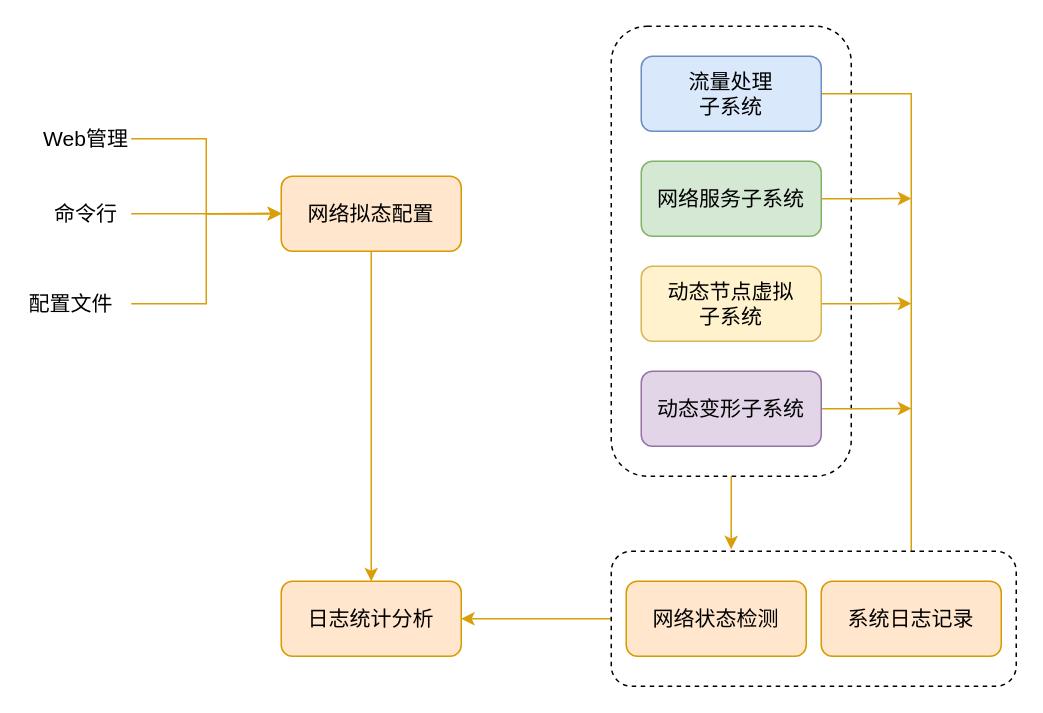
This is 管理平台子系统架构图2.drawio from qiuqiu1234/my-test-pro, a draw.io file, before an edit. Source tidied: cells renumbered, new cells numbered last; positions are measured from the earlier drawing's top-left corner, leaving out a move shared by most shapes. Both pictures are drawn from the tidied source at 150%, with x=0, y=0 at pixel (26, 26).
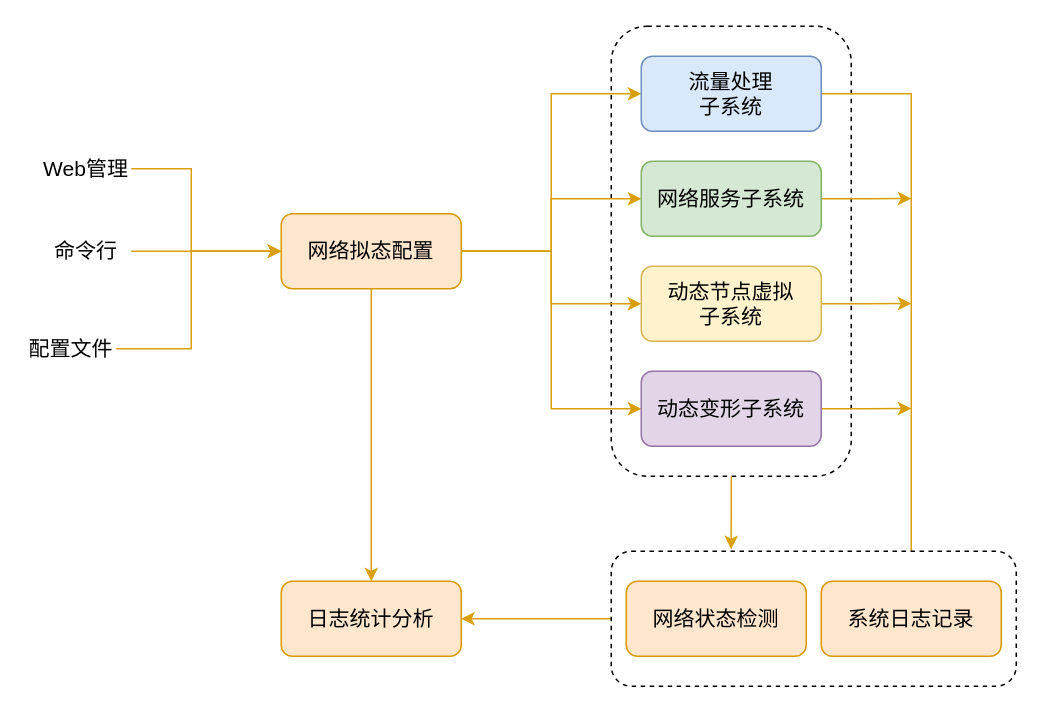
The same page after the edit.

Commit message (it also covers changes not shown here):
更新管理平台子系统架构图2.drawio

The change refers to these unchanged cells:
```xml
<mxCell id="7" value="&lt;font style=&quot;font-size: 14px;&quot;&gt;流量处理&lt;br&gt;子系统&lt;br&gt;&lt;/font&gt;" style="rounded=1;whiteSpace=wrap;html=1;fillColor=#dae8fc;strokeColor=#6c8ebf;" parent="1" vertex="1">
  <mxGeometry x="410" y="20" width="120" height="50" as="geometry" />
</mxCell>
<mxCell id="9" value="&lt;font style=&quot;font-size: 14px;&quot;&gt;网络服务子系统&lt;br&gt;&lt;/font&gt;" style="rounded=1;whiteSpace=wrap;html=1;fillColor=#d5e8d4;strokeColor=#82b366;" parent="1" vertex="1">
  <mxGeometry x="410" y="90" width="120" height="50" as="geometry" />
</mxCell>
<mxCell id="11" value="&lt;font style=&quot;font-size: 14px;&quot;&gt;动态节点虚拟&lt;br&gt;子系统&lt;br&gt;&lt;/font&gt;" style="rounded=1;whiteSpace=wrap;html=1;fillColor=#fff2cc;strokeColor=#d6b656;" parent="1" vertex="1">
  <mxGeometry x="410" y="160" width="120" height="50" as="geometry" />
</mxCell>
<mxCell id="13" value="&lt;font style=&quot;font-size: 14px;&quot;&gt;动态变形子系统&lt;br&gt;&lt;/font&gt;" style="rounded=1;whiteSpace=wrap;html=1;fillColor=#e1d5e7;strokeColor=#9673a6;" parent="1" vertex="1">
  <mxGeometry x="410" y="230" width="120" height="50" as="geometry" />
</mxCell>
```

What changed in the source:
```diff
@@
+    <mxCell id="5" style="rounded=1;whiteSpace=wrap;html=1;fontSize=14;dashed=1;" parent="1" vertex="1">
+      <mxGeometry x="390" width="160" height="300" as="geometry" />
+    </mxCell>
@@
+    <mxCell id="25" style="edgeStyle=elbowEdgeStyle;rounded=0;jettySize=auto;html=1;exitX=1;exitY=0.5;exitDx=0;exitDy=0;entryX=0;entryY=0.5;entryDx=0;entryDy=0;strokeColor=#d99f0a;fontSize=14;" parent="1" edge="1" source="3" target="7">
+      <mxGeometry relative="1" as="geometry" />
+    </mxCell>
+    <mxCell id="26" style="edgeStyle=elbowEdgeStyle;rounded=0;jettySize=auto;html=1;exitX=1;exitY=0.5;exitDx=0;exitDy=0;strokeColor=#d99f0a;fontSize=14;" parent="1" edge="1" source="3" target="9">
+      <mxGeometry relative="1" as="geometry" />
+    </mxCell>
+    <mxCell id="27" style="edgeStyle=elbowEdgeStyle;rounded=0;jettySize=auto;html=1;exitX=1;exitY=0.5;exitDx=0;exitDy=0;entryX=0;entryY=0.5;entryDx=0;entryDy=0;strokeColor=#d99f0a;fontSize=14;" parent="1" edge="1" source="3" target="11">
+      <mxGeometry relative="1" as="geometry" />
+    </mxCell>
+    <mxCell id="28" style="edgeStyle=elbowEdgeStyle;rounded=0;jettySize=auto;html=1;exitX=1;exitY=0.5;exitDx=0;exitDy=0;strokeColor=#d99f0a;fontSize=14;" parent="1" edge="1" source="3" target="13">
+      <mxGeometry relative="1" as="geometry" />
+    </mxCell>
     <mxCell id="3" value="&lt;font style=&quot;font-size: 14px;&quot;&gt;网络拟态配置&lt;/font&gt;" style="rounded=1;whiteSpace=wrap;html=1;fillColor=#ffe6cc;strokeColor=#d79b00;" parent="1" vertex="1">
-      <mxGeometry x="170" y="100" width="120" height="50" as="geometry" />
+      <mxGeometry x="170" y="125" width="120" height="50" as="geometry" />
     </mxCell>
@@
-    <mxCell id="5" style="rounded=1;whiteSpace=wrap;html=1;fontSize=14;dashed=1;" parent="1" vertex="1">
-      <mxGeometry x="390" width="160" height="300" as="geometry" />
-    </mxCell>
@@
     <mxCell id="19" style="edgeStyle=orthogonalEdgeStyle;rounded=0;jettySize=auto;html=1;entryX=0;entryY=0.5;entryDx=0;entryDy=0;strokeColor=#d99f0a;fontSize=14;" parent="1" edge="1" source="20" target="3">
-      <mxGeometry relative="1" as="geometry" />
+      <mxGeometry relative="1" as="geometry">
+        <Array as="points">
+          <mxPoint x="110" y="95" />
+          <mxPoint x="110" y="150" />
+        </Array>
+      </mxGeometry>
     </mxCell>
     <mxCell id="20" value="Web管理" style="text;html=1;strokeColor=none;fillColor=none;align=center;verticalAlign=middle;whiteSpace=wrap;rounded=0;fontSize=14;" parent="1" vertex="1">
-      <mxGeometry x="10" y="60" width="60" height="30" as="geometry" />
+      <mxGeometry x="10" y="80" width="60" height="30" as="geometry" />
     </mxCell>
     <mxCell id="21" style="edgeStyle=orthogonalEdgeStyle;rounded=0;jettySize=auto;html=1;exitX=1;exitY=0.5;exitDx=0;exitDy=0;strokeColor=#d99f0a;fontSize=14;" parent="1" edge="1" source="22">
       <mxGeometry relative="1" as="geometry">
-        <mxPoint x="170" y="124.7" as="targetPoint" />
+        <mxPoint x="170" y="150" as="targetPoint" />
       </mxGeometry>
     </mxCell>
     <mxCell id="22" value="命令行" style="text;html=1;strokeColor=none;fillColor=none;align=center;verticalAlign=middle;whiteSpace=wrap;rounded=0;fontSize=14;" parent="1" vertex="1">
-      <mxGeometry x="10" y="110" width="60" height="30" as="geometry" />
+      <mxGeometry x="10" y="135" width="60" height="30" as="geometry" />
     </mxCell>
-    <mxCell id="23" style="rounded=0;orthogonalLoop=1;jettySize=auto;html=1;exitX=1;exitY=0.5;exitDx=0;exitDy=0;strokeColor=#d99f0a;fontSize=14;edgeStyle=elbowEdgeStyle;" parent="1" edge="1">
+    <mxCell id="23" style="rounded=0;jettySize=auto;html=1;exitX=1;exitY=0.5;exitDx=0;exitDy=0;strokeColor=#d99f0a;fontSize=14;edgeStyle=elbowEdgeStyle;entryX=0;entryY=0.5;entryDx=0;entryDy=0;" parent="1" edge="1" target="3">
       <mxGeometry relative="1" as="geometry">
-        <mxPoint x="70" y="185" as="sourcePoint" />
-        <mxPoint x="170" y="125" as="targetPoint" />
+        <mxPoint x="60" y="215" as="sourcePoint" />
         <Array as="points">
-          <mxPoint x="120" y="160" />
+          <mxPoint x="110" y="190" />
         </Array>
       </mxGeometry>
     </mxCell>
     <mxCell id="24" value="配置文件" style="text;html=1;strokeColor=none;fillColor=none;align=center;verticalAlign=middle;whiteSpace=wrap;rounded=0;fontSize=14;" parent="1" vertex="1">
-      <mxGeometry y="170" width="60" height="30" as="geometry" />
+      <mxGeometry y="200" width="60" height="30" as="geometry" />
     </mxCell>
```
